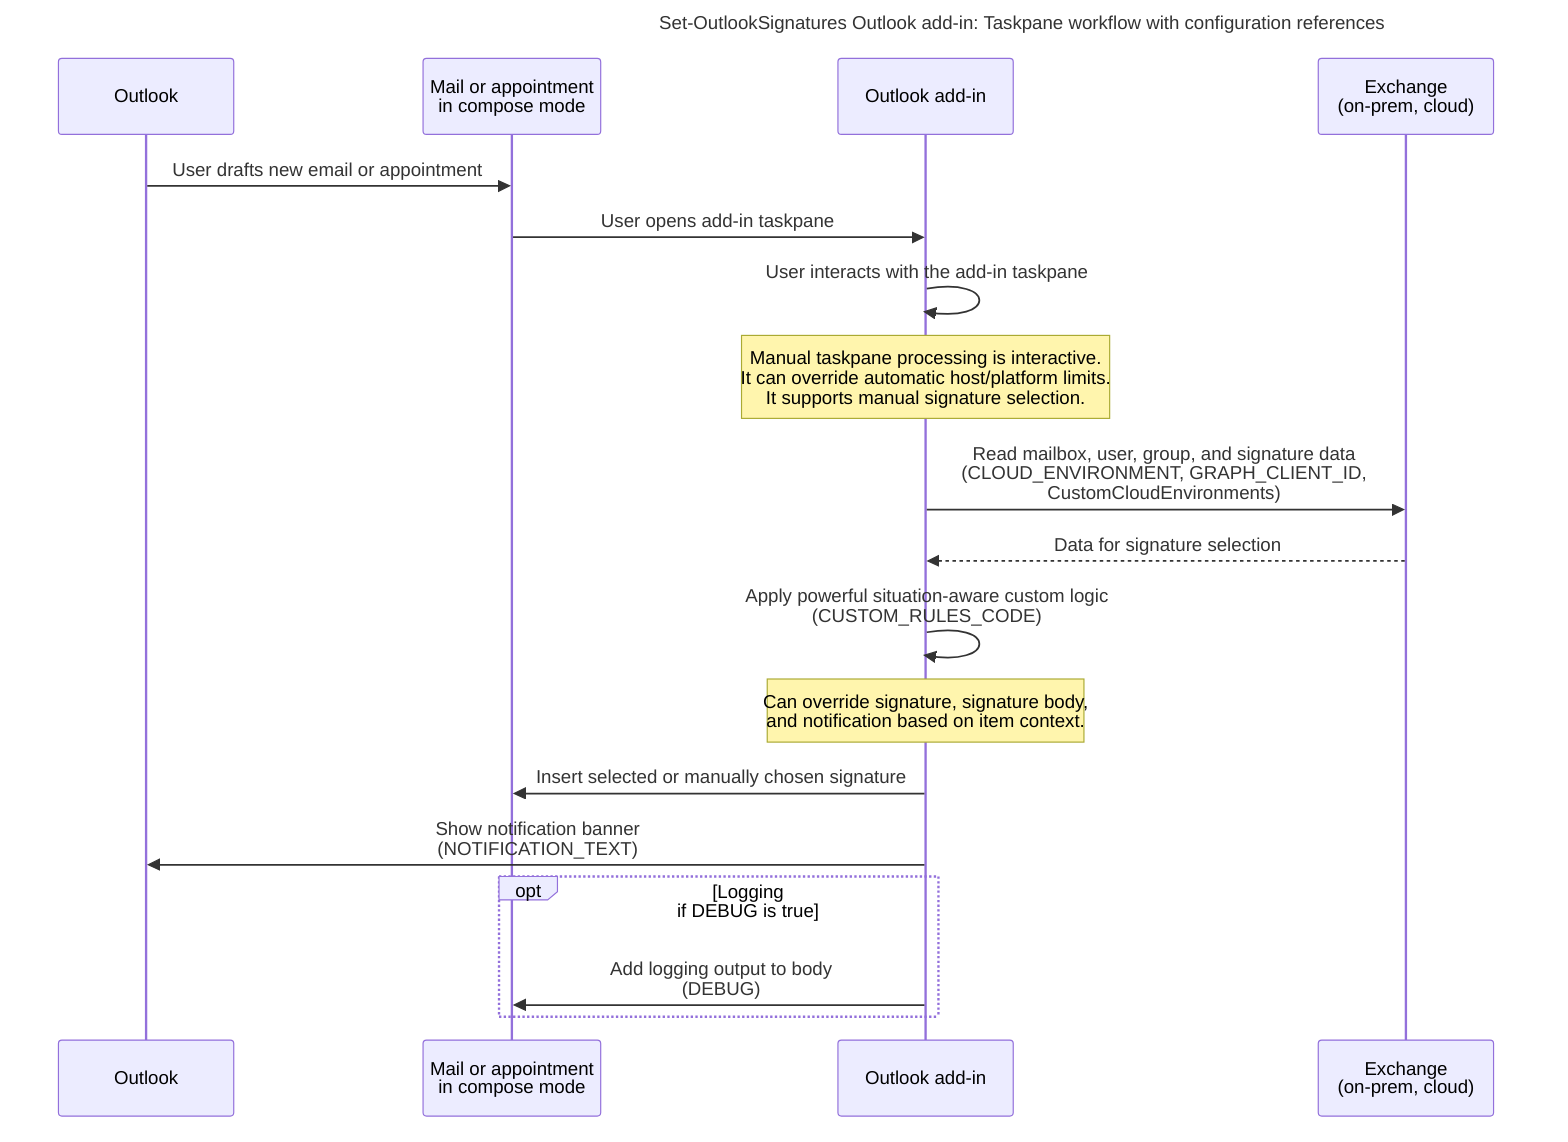
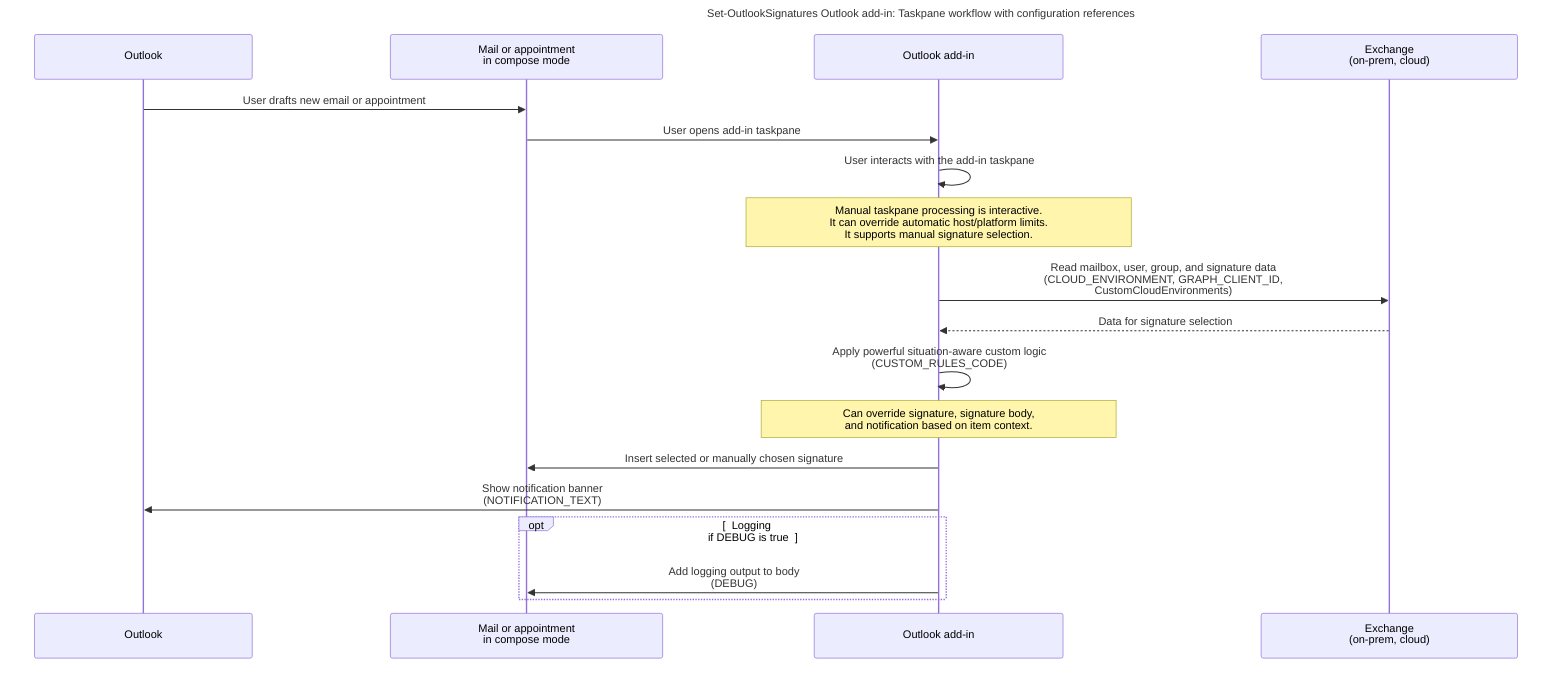
---
title: "Set-OutlookSignatures Outlook add-in: Taskpane workflow with configuration references"
config:
  layout: elk
---
sequenceDiagram
-     participant Outlook
-     participant Item as Mail or appointment<br>in compose mode
-     participant AddIn as Outlook add-in
-     participant Exchange as Exchange<br>(on-prem, cloud)
+     participant Outlook as #160;#160;Outlook#160;#160;
+     participant Item as #160;#160;Mail or appointment#160;#160;<br>#160;#160;in compose mode#160;#160;
+     participant AddIn as #160;#160;Outlook add-in#160;#160;
+     participant Exchange as #160;#160;Exchange#160;#160;<br>#160;#160;(on-prem, cloud)#160;#160;

-     Outlook->>Item: User drafts new email or appointment
-     Item->>AddIn: User opens add-in taskpane
-     AddIn->>AddIn: User interacts with the add-in taskpane
+     Outlook->>Item: #160;#160;User drafts new email or appointment#160;#160;
+     Item->>AddIn: #160;#160;User opens add-in taskpane#160;#160;
+     AddIn->>AddIn: #160;#160;User interacts with the add-in taskpane#160;#160;

-     Note over AddIn: Manual taskpane processing is interactive.<br>It can override automatic host/platform limits.<br>It supports manual signature selection.
+     Note over AddIn: #160;#160;Manual taskpane processing is interactive.#160;#160;<br>#160;#160;It can override automatic host/platform limits.#160;#160;<br>#160;#160;It supports manual signature selection.#160;#160;

-     AddIn->>Exchange: Read mailbox, user, group, and signature data<br>(CLOUD_ENVIRONMENT, GRAPH_CLIENT_ID,<br>CustomCloudEnvironments)
-     Exchange-->>AddIn: Data for signature selection
-     AddIn->>AddIn: Apply powerful situation-aware custom logic<br>(CUSTOM_RULES_CODE)
-     Note over AddIn: Can override signature, signature body,<br>and notification based on item context.
-     AddIn->>Item: Insert selected or manually chosen signature
-     AddIn->>Outlook: Show notification banner<br>(NOTIFICATION_TEXT)
+     AddIn->>Exchange: #160;#160;Read mailbox, user, group, and signature data#160;#160;<br>#160;#160;(CLOUD_ENVIRONMENT, GRAPH_CLIENT_ID,#160;#160;<br>#160;#160;CustomCloudEnvironments)#160;#160;
+     Exchange-->>AddIn: #160;#160;Data for signature selection#160;#160;
+     AddIn->>AddIn: #160;#160;Apply powerful situation-aware custom logic#160;#160;<br>#160;#160;(CUSTOM_RULES_CODE)#160;#160;
+     Note over AddIn: #160;#160;Can override signature, signature body,#160;#160;<br>#160;#160;and notification based on item context.#160;#160;
+     AddIn->>Item: #160;#160;Insert selected or manually chosen signature#160;#160;
+     AddIn->>Outlook: #160;#160;Show notification banner#160;#160;<br>#160;#160;(NOTIFICATION_TEXT)#160;#160;

-     opt Logging<br>if DEBUG is true
-         AddIn->>Item: Add logging output to body<br>(DEBUG)
+     opt #160;#160;Logging#160;#160;<br>#160;#160;if DEBUG is true#160;#160;
+         AddIn->>Item: #160;#160;Add logging output to body#160;#160;<br>#160;#160;(DEBUG)#160;#160;
    end